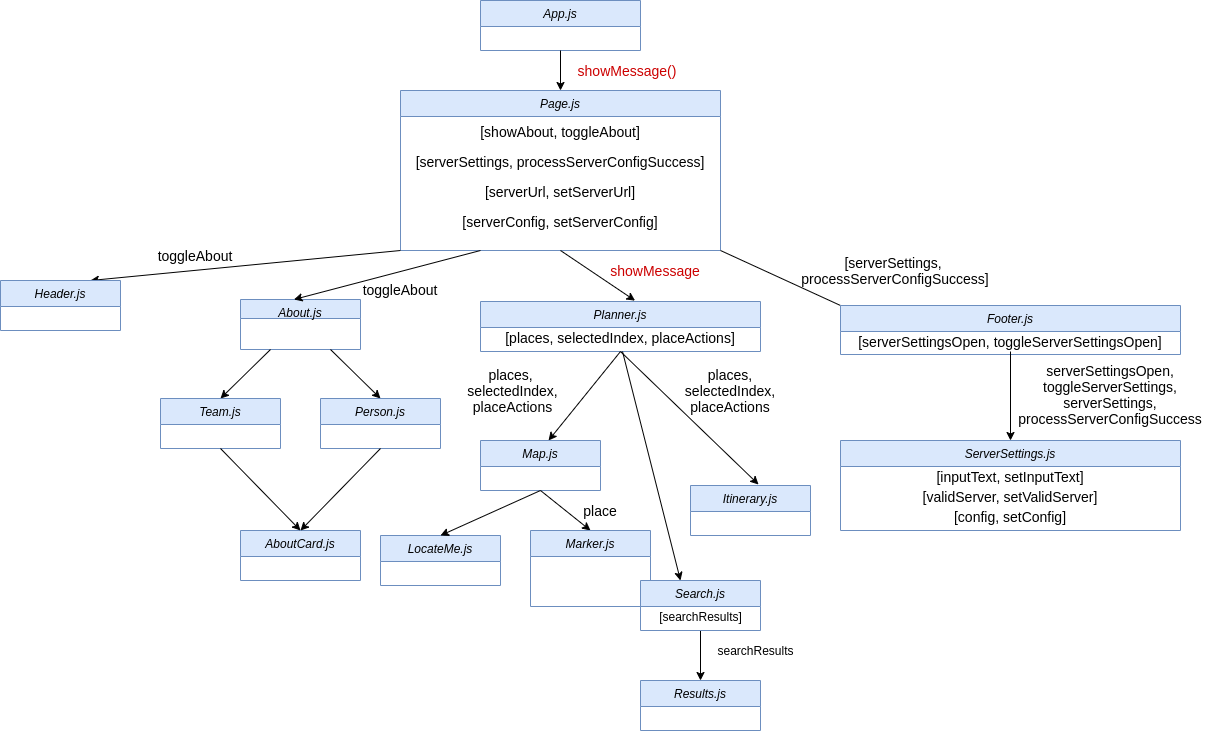
Earlier version of the draw.io export reports/images/ComponentsSprint2.png (IliyanID/t25_Boat_Smarts). Source tidied: cells renumbered, new cells last; positions are measured from the earlier drawing's top-left corner, leaving out a move shared by most shapes.
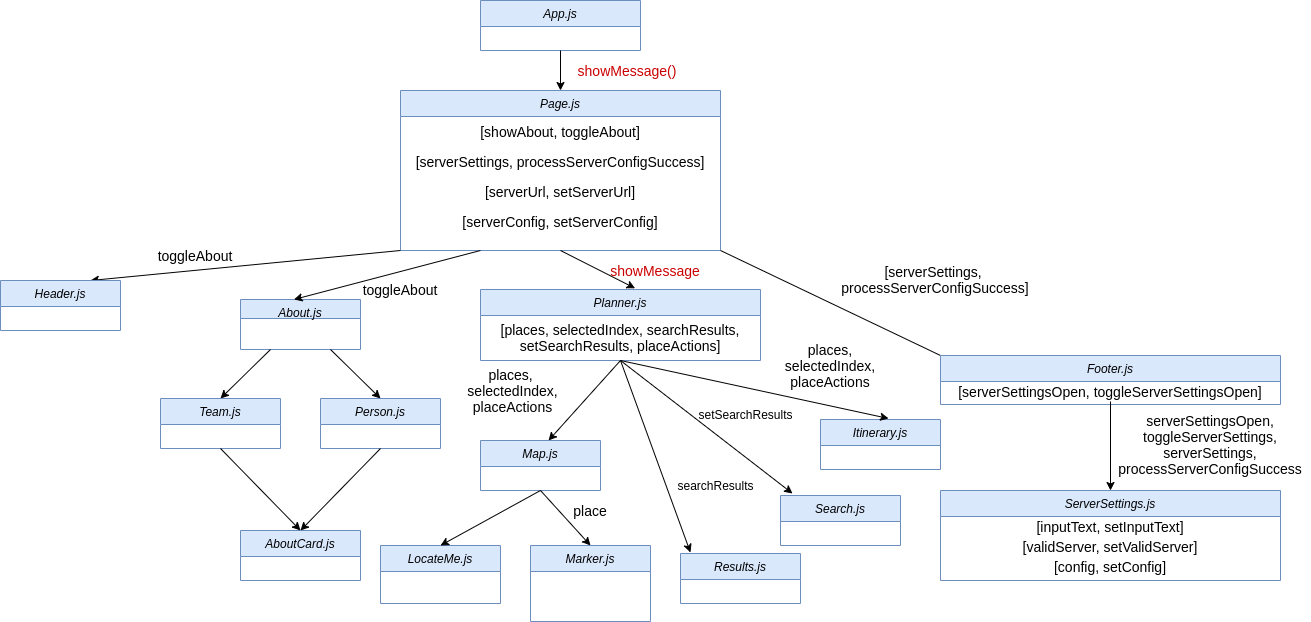
Later version of the same file.

Commit message:
add updated component diagram

Change to the diagram source:
```diff
@@ -45,10 +45,10 @@
       <mxGeometry x="350" y="279" width="100" height="20" as="geometry" />
     </mxCell>
     <mxCell id="16" value="Planner.js&#10;" style="swimlane;fontStyle=2;align=center;verticalAlign=top;horizontal=1;startSize=26;rounded=0;shadow=0;strokeWidth=1;fillColor=#dae8fc;strokeColor=#6c8ebf;" parent="1" vertex="1">
-      <mxGeometry x="480" y="301" width="280" height="50" as="geometry" />
+      <mxGeometry x="480" y="289" width="280" height="71" as="geometry" />
     </mxCell>
-    <mxCell id="17" value="[places, selectedIndex, placeActions]" style="text;html=1;strokeColor=none;fillColor=none;align=center;verticalAlign=middle;whiteSpace=wrap;rounded=0;fontSize=14;" parent="16" vertex="1">
-      <mxGeometry y="26" width="280" height="20" as="geometry" />
+    <mxCell id="17" value="[places, selectedIndex, searchResults, setSearchResults, placeActions]" style="text;html=1;strokeColor=none;fillColor=none;align=center;verticalAlign=middle;whiteSpace=wrap;rounded=0;fontSize=14;" parent="16" vertex="1">
+      <mxGeometry y="26" width="280" height="44" as="geometry" />
     </mxCell>
     <mxCell id="18" style="endArrow=classic;html=1;fontSize=14;exitX=0.5;exitY=1;exitDx=0;exitDy=0;entryX=0.552;entryY=-0.017;entryDx=0;entryDy=0;entryPerimeter=0;" parent="1" edge="1" source="4" target="16">
       <mxGeometry relative="1" as="geometry" />
@@ -60,13 +60,13 @@
       <mxGeometry relative="1" as="geometry" />
     </mxCell>
     <mxCell id="21" value="Footer.js" style="swimlane;fontStyle=2;align=center;verticalAlign=top;horizontal=1;startSize=26;rounded=0;shadow=0;strokeWidth=1;fillColor=#dae8fc;strokeColor=#6c8ebf;" parent="1" vertex="1">
-      <mxGeometry x="840" y="305" width="340" height="49" as="geometry" />
+      <mxGeometry x="940" y="355" width="340" height="49" as="geometry" />
     </mxCell>
     <mxCell id="22" value="[serverSettingsOpen, toggleServerSettingsOpen]" style="text;html=1;strokeColor=none;fillColor=none;align=center;verticalAlign=middle;whiteSpace=wrap;rounded=0;fontSize=14;" parent="21" vertex="1">
       <mxGeometry y="26" width="340" height="20" as="geometry" />
     </mxCell>
     <mxCell id="23" value="[serverSettings, &lt;br&gt;processServerConfigSuccess]" style="text;html=1;strokeColor=none;fillColor=none;align=center;verticalAlign=middle;whiteSpace=wrap;rounded=0;fontSize=14;fontColor=#000000;rotation=0;" parent="1" vertex="1">
-      <mxGeometry x="740" y="260" width="310" height="20" as="geometry" />
+      <mxGeometry x="780" y="269" width="310" height="20" as="geometry" />
     </mxCell>
     <mxCell id="24" style="endArrow=classic;html=1;fontColor=#CC0000;entryX=0.567;entryY=0;entryDx=0;entryDy=0;entryPerimeter=0;exitX=0.5;exitY=1;exitDx=0;exitDy=0;" parent="1" edge="1" source="16" target="25">
       <mxGeometry relative="1" as="geometry" />
@@ -78,13 +78,13 @@
       <mxGeometry relative="1" as="geometry" />
     </mxCell>
     <mxCell id="27" value="Marker.js" style="swimlane;fontStyle=2;align=center;verticalAlign=top;horizontal=1;startSize=26;rounded=0;shadow=0;strokeWidth=1;fillColor=#dae8fc;strokeColor=#6c8ebf;" parent="1" vertex="1">
-      <mxGeometry x="530" y="530" width="120" height="76" as="geometry" />
+      <mxGeometry x="530" y="545" width="120" height="76" as="geometry" />
     </mxCell>
     <mxCell id="28" value="Itinerary.js" style="swimlane;fontStyle=2;align=center;verticalAlign=top;horizontal=1;startSize=26;rounded=0;shadow=0;strokeWidth=1;fillColor=#dae8fc;strokeColor=#6c8ebf;" parent="1" vertex="1">
-      <mxGeometry x="690" y="485" width="120" height="50" as="geometry" />
+      <mxGeometry x="820" y="419" width="120" height="50" as="geometry" />
     </mxCell>
     <mxCell id="29" value="ServerSettings.js&#10;" style="swimlane;fontStyle=2;align=center;verticalAlign=top;horizontal=1;startSize=26;rounded=0;shadow=0;strokeWidth=1;fillColor=#dae8fc;strokeColor=#6c8ebf;" parent="1" vertex="1">
-      <mxGeometry x="840" y="440" width="340" height="90" as="geometry" />
+      <mxGeometry x="940" y="490" width="340" height="90" as="geometry" />
     </mxCell>
     <mxCell id="30" value="[inputText, setInputText]" style="text;html=1;strokeColor=none;fillColor=none;align=center;verticalAlign=middle;whiteSpace=wrap;rounded=0;fontColor=#000000;fontSize=14;" parent="29" vertex="1">
       <mxGeometry y="26" width="340" height="20" as="geometry" />
@@ -105,10 +105,10 @@
       <mxGeometry x="440" y="380" width="145" height="20" as="geometry" />
     </mxCell>
     <mxCell id="36" value="places, selectedIndex, placeActions" style="text;html=1;strokeColor=none;fillColor=none;align=center;verticalAlign=middle;whiteSpace=wrap;rounded=0;fontSize=14;" parent="1" vertex="1">
-      <mxGeometry x="700" y="380" width="60" height="20" as="geometry" />
+      <mxGeometry x="800" y="355" width="60" height="20" as="geometry" />
     </mxCell>
     <mxCell id="37" value="serverSettingsOpen, toggleServerSettings, serverSettings, processServerConfigSuccess" style="text;html=1;strokeColor=none;fillColor=none;align=center;verticalAlign=middle;whiteSpace=wrap;rounded=0;fontSize=14;fontColor=#000000;" parent="1" vertex="1">
-      <mxGeometry x="1010" y="354" width="200" height="80" as="geometry" />
+      <mxGeometry x="1110" y="404" width="200" height="80" as="geometry" />
     </mxCell>
     <mxCell id="38" style="endArrow=classic;html=1;exitX=0.25;exitY=1;exitDx=0;exitDy=0;entryX=0.5;entryY=0;entryDx=0;entryDy=0;" parent="1" edge="1" source="13" target="40">
       <mxGeometry relative="1" as="geometry" />
@@ -132,34 +132,37 @@
       <mxGeometry relative="1" as="geometry" />
     </mxCell>
     <mxCell id="45" value="place" style="text;html=1;strokeColor=none;fillColor=none;align=center;verticalAlign=middle;whiteSpace=wrap;rounded=0;fontSize=14;" parent="1" vertex="1">
-      <mxGeometry x="570" y="500" width="60" height="20" as="geometry" />
+      <mxGeometry x="560" y="500" width="60" height="20" as="geometry" />
     </mxCell>
-    <mxCell id="46" style="endArrow=classic;html=1;fontColor=#CC0000;exitX=0.5;exitY=1;exitDx=0;exitDy=0;" parent="1" edge="1">
-      <mxGeometry relative="1" as="geometry">
-        <mxPoint x="622" y="351" as="sourcePoint" />
-        <mxPoint x="680" y="580" as="targetPoint" />
-      </mxGeometry>
-    </mxCell>
-    <mxCell id="47" style="edgeStyle=orthogonalEdgeStyle;rounded=0;jettySize=auto;html=1;" parent="1" edge="1" source="48" target="50">
-      <mxGeometry relative="1" as="geometry" />
-    </mxCell>
+    <mxCell id="52" value="LocateMe.js" style="swimlane;fontStyle=2;align=center;verticalAlign=top;horizontal=1;startSize=26;rounded=0;shadow=0;strokeWidth=1;fillColor=#dae8fc;strokeColor=#6c8ebf;" parent="1" vertex="1">
+      <mxGeometry x="380" y="545" width="120" height="58" as="geometry" />
+    </mxCell>
+    <mxCell id="54" style="endArrow=classic;html=1;entryX=0.5;entryY=0;entryDx=0;entryDy=0;" parent="1" edge="1" target="52">
+      <mxGeometry relative="1" as="geometry">
+        <mxPoint x="540" y="490" as="sourcePoint" />
+      </mxGeometry>
+    </mxCell>
+    <mxCell id="55" style="endArrow=classic;html=1;entryX=0.1;entryY=-0.04;entryDx=0;entryDy=0;entryPerimeter=0;" parent="1" edge="1" target="48">
+      <mxGeometry relative="1" as="geometry">
+        <mxPoint x="620" y="360" as="sourcePoint" />
+      </mxGeometry>
+    </mxCell>
     <mxCell id="48" value="Search.js" style="swimlane;fontStyle=2;align=center;verticalAlign=top;horizontal=1;startSize=26;rounded=0;shadow=0;strokeWidth=1;fillColor=#dae8fc;strokeColor=#6c8ebf;" parent="1" vertex="1">
-      <mxGeometry x="640" y="580" width="120" height="50" as="geometry" />
+      <mxGeometry x="780" y="495" width="120" height="50" as="geometry" />
     </mxCell>
-    <mxCell id="49" value="[searchResults]" style="text;html=1;align=center;verticalAlign=middle;strokeColor=none;fillColor=none;" parent="48" vertex="1">
-      <mxGeometry y="26" width="120" height="20" as="geometry" />
-    </mxCell>
+    <mxCell id="56" style="endArrow=classic;html=1;entryX=0.083;entryY=-0.02;entryDx=0;entryDy=0;entryPerimeter=0;" parent="1" edge="1" target="50">
+      <mxGeometry relative="1" as="geometry">
+        <mxPoint x="620" y="360" as="sourcePoint" />
+      </mxGeometry>
+    </mxCell>
     <mxCell id="50" value="Results.js" style="swimlane;fontStyle=2;align=center;verticalAlign=top;horizontal=1;startSize=26;rounded=0;shadow=0;strokeWidth=1;fillColor=#dae8fc;strokeColor=#6c8ebf;" parent="1" vertex="1">
-      <mxGeometry x="640" y="680" width="120" height="50" as="geometry" />
+      <mxGeometry x="680" y="553" width="120" height="50" as="geometry" />
     </mxCell>
+    <mxCell id="57" value="setSearchResults" style="text;html=1;align=center;verticalAlign=middle;strokeColor=none;fillColor=none;" parent="1" vertex="1">
+      <mxGeometry x="690" y="404" width="110" height="20" as="geometry" />
+    </mxCell>
     <mxCell id="51" value="searchResults" style="text;html=1;align=center;verticalAlign=middle;strokeColor=none;fillColor=none;" parent="1" vertex="1">
-      <mxGeometry x="710" y="640" width="90" height="20" as="geometry" />
+      <mxGeometry x="670" y="475" width="90" height="20" as="geometry" />
     </mxCell>
-    <mxCell id="52" value="LocateMe.js" style="swimlane;fontStyle=2;align=center;verticalAlign=top;horizontal=1;startSize=26;rounded=0;shadow=0;strokeWidth=1;fillColor=#dae8fc;strokeColor=#6c8ebf;" parent="1" vertex="1">
-      <mxGeometry x="380" y="535" width="120" height="50" as="geometry" />
-    </mxCell>
-    <mxCell id="53" style="endArrow=classic;html=1;exitX=0.5;exitY=1;exitDx=0;exitDy=0;entryX=0.5;entryY=0;entryDx=0;entryDy=0;" parent="1" edge="1" source="25" target="52">
-      <mxGeometry relative="1" as="geometry" />
-    </mxCell>
   </root>
 </mxGraphModel>
```
